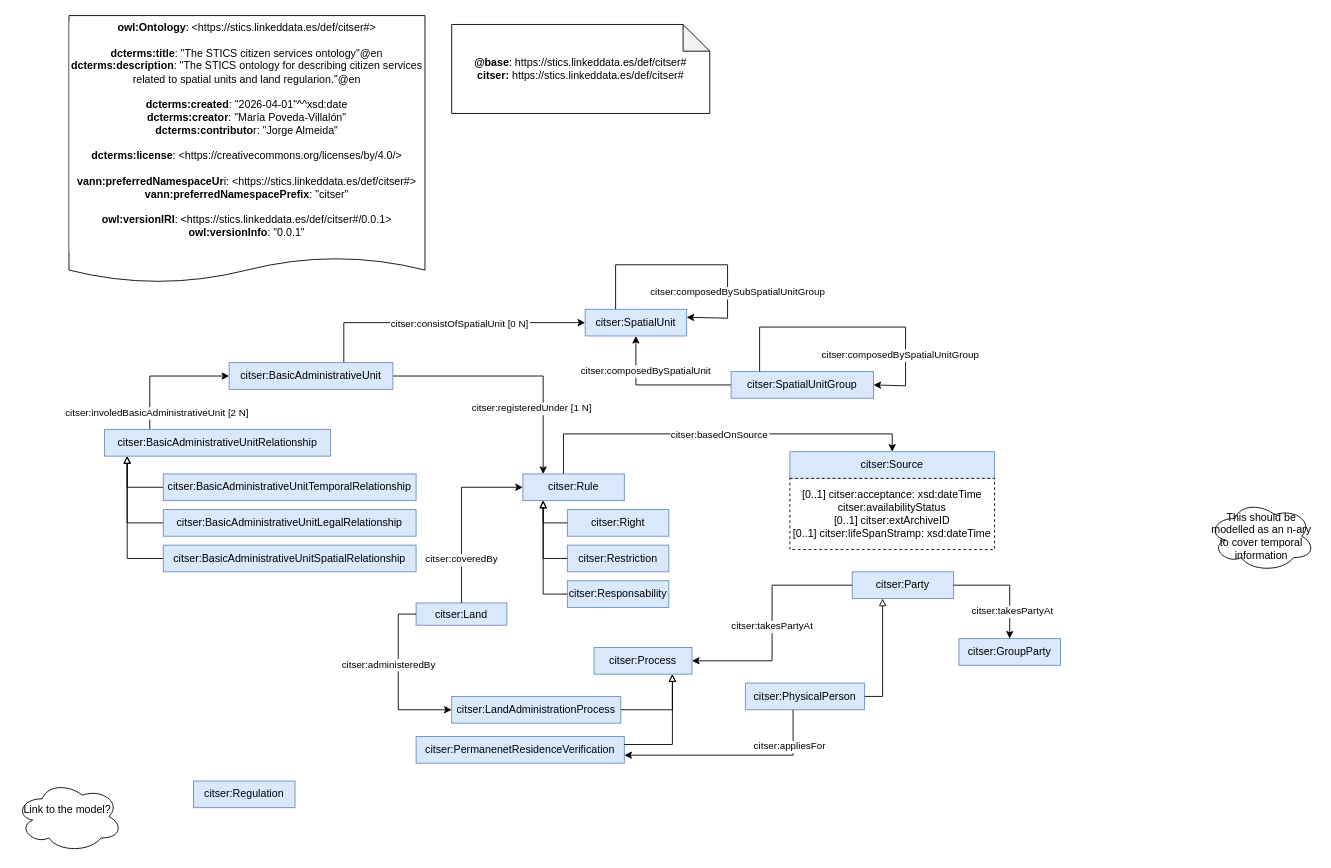
Before: diagrams/citser.drawio in STICS-UPM/Ontology-Citizens-Services, a draw.io diagram. Source tidied: cells renumbered, new cells numbered last; positions are measured from the earlier drawing's top-left corner, leaving out a move shared by most shapes. Both pictures are drawn from the tidied source at 89%, with x=0, y=0 at pixel (15, 15).
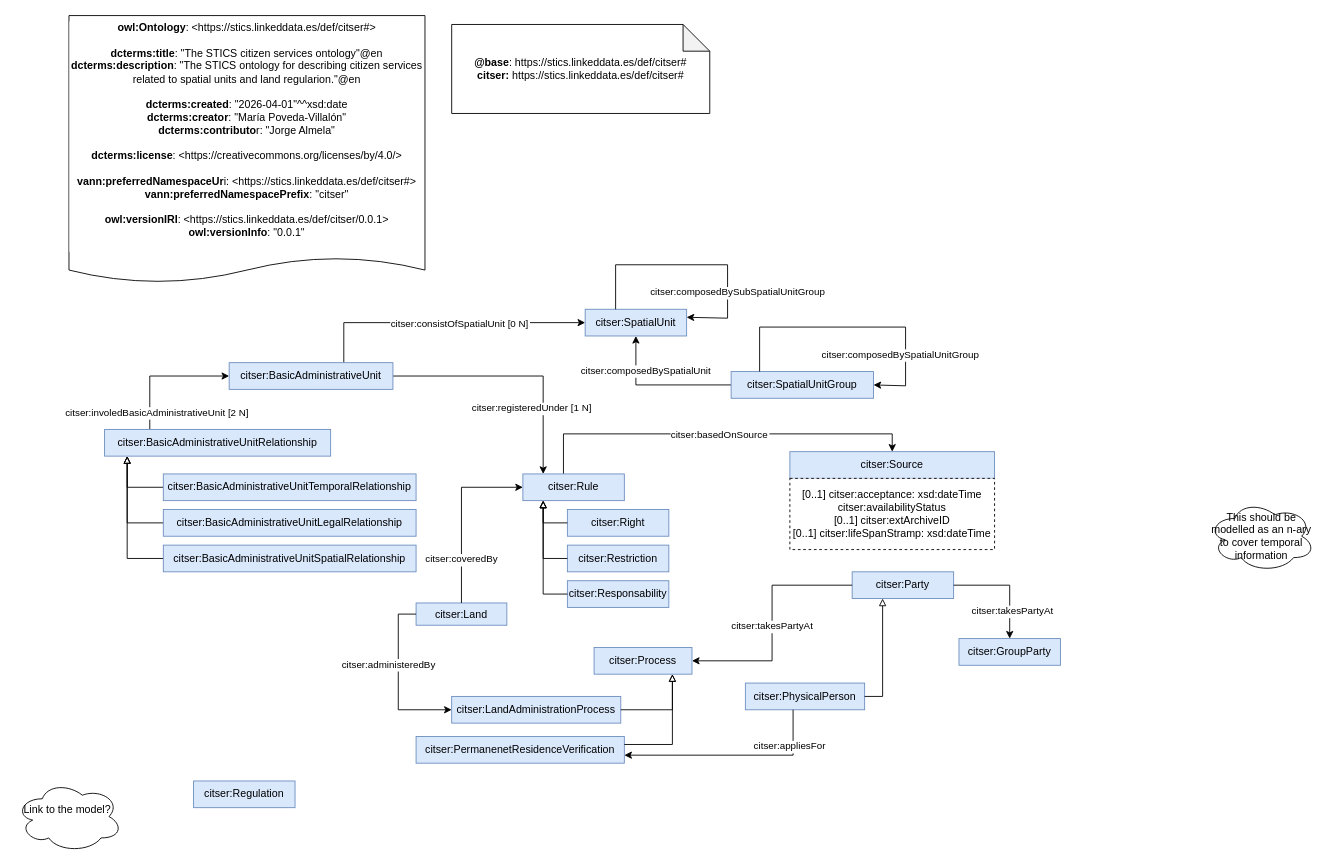
Above is the later version.

Change to the diagram source:
```diff
@@
-    <mxCell id="3" value="&lt;div&gt;&lt;b style=&quot;border-color: var(--border-color);&quot;&gt;owl:Ontology&lt;/b&gt;: &amp;lt;https://stics.linkeddata.es/def/citser#&amp;gt;&lt;b&gt;&lt;br&gt;&lt;/b&gt;&lt;/div&gt;&lt;div&gt;&lt;b&gt;&lt;br&gt;&lt;/b&gt;&lt;/div&gt;&lt;div&gt;&lt;span style=&quot;background-color: light-dark(rgb(255, 255, 255), rgb(18, 18, 18));&quot;&gt;&lt;b&gt;dcterms&lt;/b&gt;&lt;/span&gt;&lt;b&gt;:title&lt;/b&gt;: &quot;The STICS citizen services ontology&quot;@en &lt;br&gt;&lt;b&gt;dcterms&lt;/b&gt;&lt;b&gt;:description&lt;/b&gt;: &quot;The STICS ontology for describing citizen services related to spatial units and land regularion.&quot;@en &lt;br&gt;&lt;br&gt;&lt;b&gt;dcterms&lt;/b&gt;&lt;b&gt;:created&lt;/b&gt;: &quot;2026-04-01&quot;^^xsd:date &lt;br&gt;&lt;b&gt;dcterms&lt;/b&gt;&lt;b&gt;:creator&lt;/b&gt;: &quot;María Poveda-Villalón&quot;&lt;br&gt;&lt;b&gt;dcterms&lt;/b&gt;&lt;b&gt;:contributo&lt;/b&gt;r: &quot;Jorge Almeida&quot;&lt;/div&gt;&lt;div&gt;&lt;br&gt;&lt;b&gt;dcterms&lt;/b&gt;&lt;b&gt;:license&lt;/b&gt;: &amp;lt;https://creativecommons.org/licenses/by/4.0/&amp;gt;&lt;br&gt;&lt;/div&gt;&lt;div&gt;&lt;br&gt;&lt;/div&gt;&lt;div&gt;&lt;b&gt;vann:preferredNamespaceUr&lt;/b&gt;i: &amp;lt;https://stics.linkeddata.es/def/citser#&amp;gt;&lt;br&gt;&lt;b&gt;vann:preferredNamespacePrefix&lt;/b&gt;: &quot;citser&quot; &lt;br&gt;&lt;br&gt;&lt;b&gt;owl:versionIRI&lt;/b&gt;: &amp;lt;https://stics.linkeddata.es/def/citser#/0.0.1&amp;gt;&lt;br&gt;&lt;b&gt;owl:versionInfo&lt;/b&gt;: &quot;0.0.1&quot;&lt;br&gt;&lt;br&gt;&lt;/div&gt;" style="shape=document;whiteSpace=wrap;html=1;boundedLbl=1;labelBackgroundColor=#ffffff;strokeColor=#000000;fontSize=12;fontColor=#000000;size=0.09375;" parent="1" vertex="1">
+    <mxCell id="3" value="&lt;div&gt;&lt;b style=&quot;border-color: var(--border-color);&quot;&gt;owl:Ontology&lt;/b&gt;: &amp;lt;https://stics.linkeddata.es/def/citser#&amp;gt;&lt;b&gt;&lt;br&gt;&lt;/b&gt;&lt;/div&gt;&lt;div&gt;&lt;b&gt;&lt;br&gt;&lt;/b&gt;&lt;/div&gt;&lt;div&gt;&lt;span style=&quot;background-color: light-dark(rgb(255, 255, 255), rgb(18, 18, 18));&quot;&gt;&lt;b&gt;dcterms&lt;/b&gt;&lt;/span&gt;&lt;b&gt;:title&lt;/b&gt;: &quot;The STICS citizen services ontology&quot;@en &lt;br&gt;&lt;b&gt;dcterms&lt;/b&gt;&lt;b&gt;:description&lt;/b&gt;: &quot;The STICS ontology for describing citizen services related to spatial units and land regularion.&quot;@en &lt;br&gt;&lt;br&gt;&lt;b&gt;dcterms&lt;/b&gt;&lt;b&gt;:created&lt;/b&gt;: &quot;2026-04-01&quot;^^xsd:date &lt;br&gt;&lt;b&gt;dcterms&lt;/b&gt;&lt;b&gt;:creator&lt;/b&gt;: &quot;María Poveda-Villalón&quot;&lt;br&gt;&lt;b&gt;dcterms&lt;/b&gt;&lt;b&gt;:contributo&lt;/b&gt;r: &quot;Jorge Almela&quot;&lt;/div&gt;&lt;div&gt;&lt;br&gt;&lt;b&gt;dcterms&lt;/b&gt;&lt;b&gt;:license&lt;/b&gt;: &amp;lt;https://creativecommons.org/licenses/by/4.0/&amp;gt;&lt;br&gt;&lt;/div&gt;&lt;div&gt;&lt;br&gt;&lt;/div&gt;&lt;div&gt;&lt;b&gt;vann:preferredNamespaceUr&lt;/b&gt;i: &amp;lt;https://stics.linkeddata.es/def/citser#&amp;gt;&lt;br&gt;&lt;b&gt;vann:preferredNamespacePrefix&lt;/b&gt;: &quot;citser&quot; &lt;br&gt;&lt;br&gt;&lt;b&gt;owl:versionIRI&lt;/b&gt;: &amp;lt;https://stics.linkeddata.es/def/citser/0.0.1&amp;gt;&lt;br&gt;&lt;b&gt;owl:versionInfo&lt;/b&gt;: &quot;0.0.1&quot;&lt;br&gt;&lt;br&gt;&lt;/div&gt;" style="shape=document;whiteSpace=wrap;html=1;boundedLbl=1;labelBackgroundColor=#ffffff;strokeColor=#000000;fontSize=12;fontColor=#000000;size=0.09375;" parent="1" vertex="1">
       <mxGeometry x="60" width="400" height="300" as="geometry" />
     </mxCell>
```
